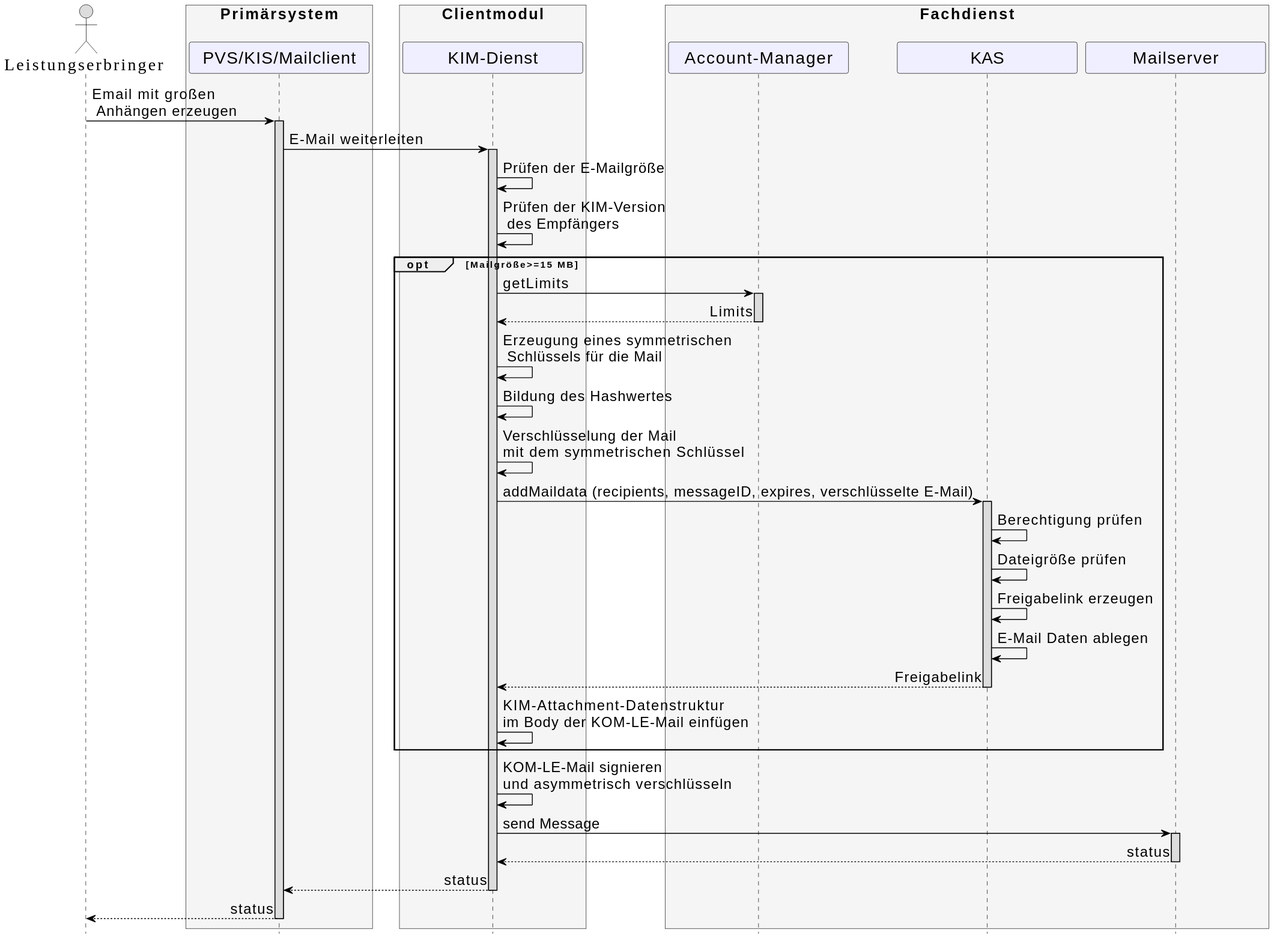
This is images/diagrams/Fachdienst/Seq_kas_email_senden.svg from gematik/api-kim, a PlantUML export, as it was before one commit.
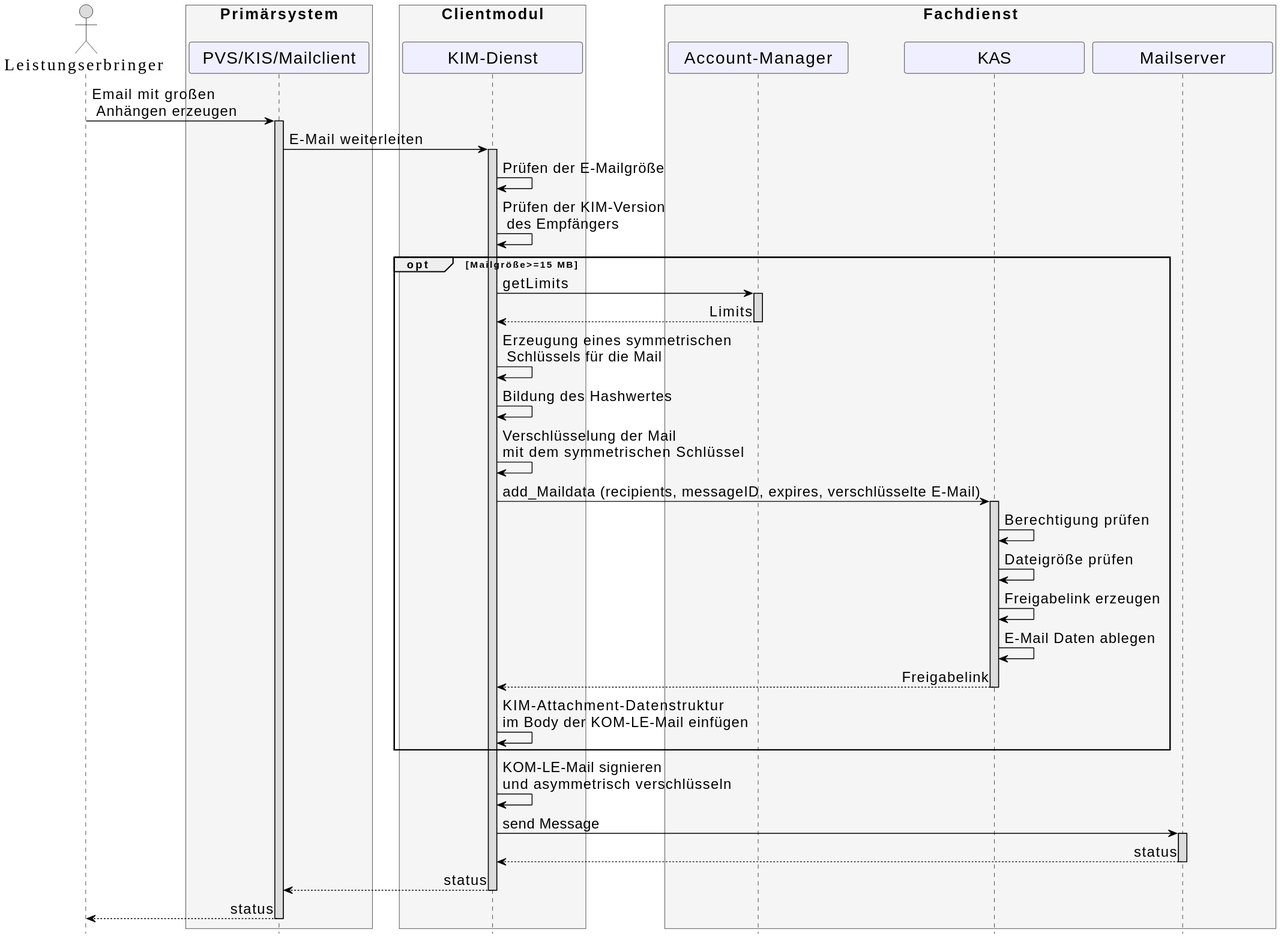
Above is the later version.

Commit message:
Commit from GitHub Actions (GenerateImagesFromSrc)

What changed in the source:
```diff
@@ -52,7 +52,7 @@
  KM->KM: Erzeugung eines symmetrischen\n Schlüssels für die Mail
  KM->KM: Bildung des Hashwertes
  KM->KM: Verschlüsselung der Mail \nmit dem symmetrischen Schlüssel
- KM->K: addMaildata (recipients, messageID, expires, verschlüsselte E-Mail)
+ KM->K: add_Maildata (recipients, messageID, expires, verschlüsselte E-Mail)
  activate K
  K->K: Berechtigung prüfen
  K->K: Dateigröße prüfen
```
